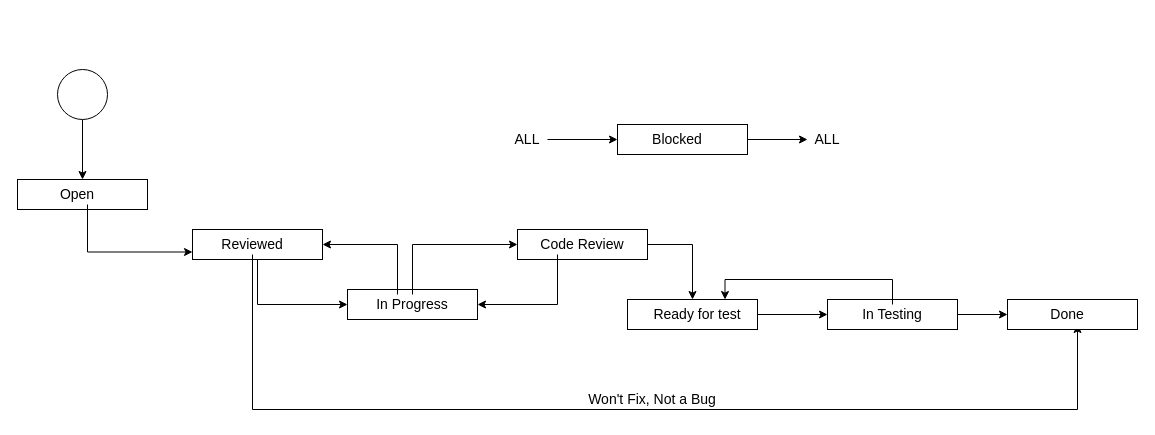
Before: page "Workflow - Bug" (3 of 4) of Untitled Diagram.drawio in j-croix/Python_basics, a draw.io diagram. Source tidied: cells renumbered, new cells numbered last; positions are measured from the earlier drawing's top-left corner, leaving out a move shared by most shapes. Both pictures are drawn from the tidied source at 100%, with x=0, y=0 at pixel (17, 69).
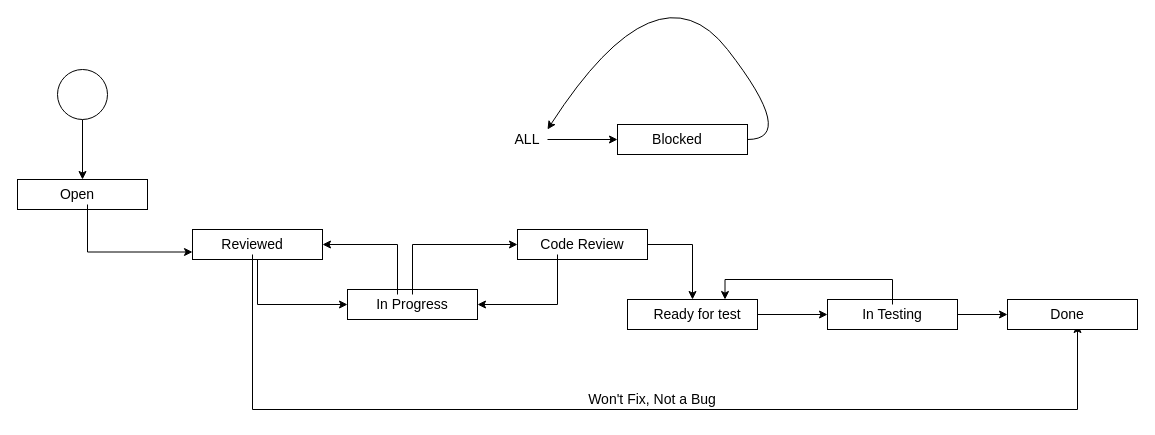
After the change.

The change refers to these unchanged cells:
```xml
<mxCell id="30" style="rounded=0;whiteSpace=wrap;html=1;" parent="1" vertex="1">
  <mxGeometry x="600" y="55" width="130" height="30" as="geometry" />
</mxCell>
<mxCell id="33" value="&lt;font style=&quot;font-size: 14px&quot;&gt;ALL&lt;/font&gt;" style="text;html=1;strokeColor=none;fillColor=none;align=center;verticalAlign=middle;whiteSpace=wrap;rounded=0;" parent="1" vertex="1">
  <mxGeometry x="490" y="60" width="40" height="20" as="geometry" />
</mxCell>
```

What changed in the source:
```diff
@@
-    <mxCell id="29" style="edgeStyle=orthogonalEdgeStyle;rounded=0;jettySize=auto;html=1;" parent="1" edge="1" source="30" target="34">
-      <mxGeometry relative="1" as="geometry" />
-    </mxCell>
@@
-    <mxCell id="34" value="&lt;font style=&quot;font-size: 14px&quot;&gt;ALL&lt;/font&gt;" style="text;html=1;strokeColor=none;fillColor=none;align=center;verticalAlign=middle;whiteSpace=wrap;rounded=0;" parent="1" vertex="1">
-      <mxGeometry x="790" y="60" width="40" height="20" as="geometry" />
-    </mxCell>
+    <mxCell id="35" style="curved=1;endArrow=classic;html=1;entryX=1;entryY=0;entryDx=0;entryDy=0;" parent="1" edge="1" target="33">
+      <mxGeometry relative="1" as="geometry">
+        <mxPoint x="730" y="70" as="sourcePoint" />
+        <Array as="points">
+          <mxPoint x="780" y="70" />
+          <mxPoint x="640" y="-110" />
+        </Array>
+      </mxGeometry>
+    </mxCell>
```
